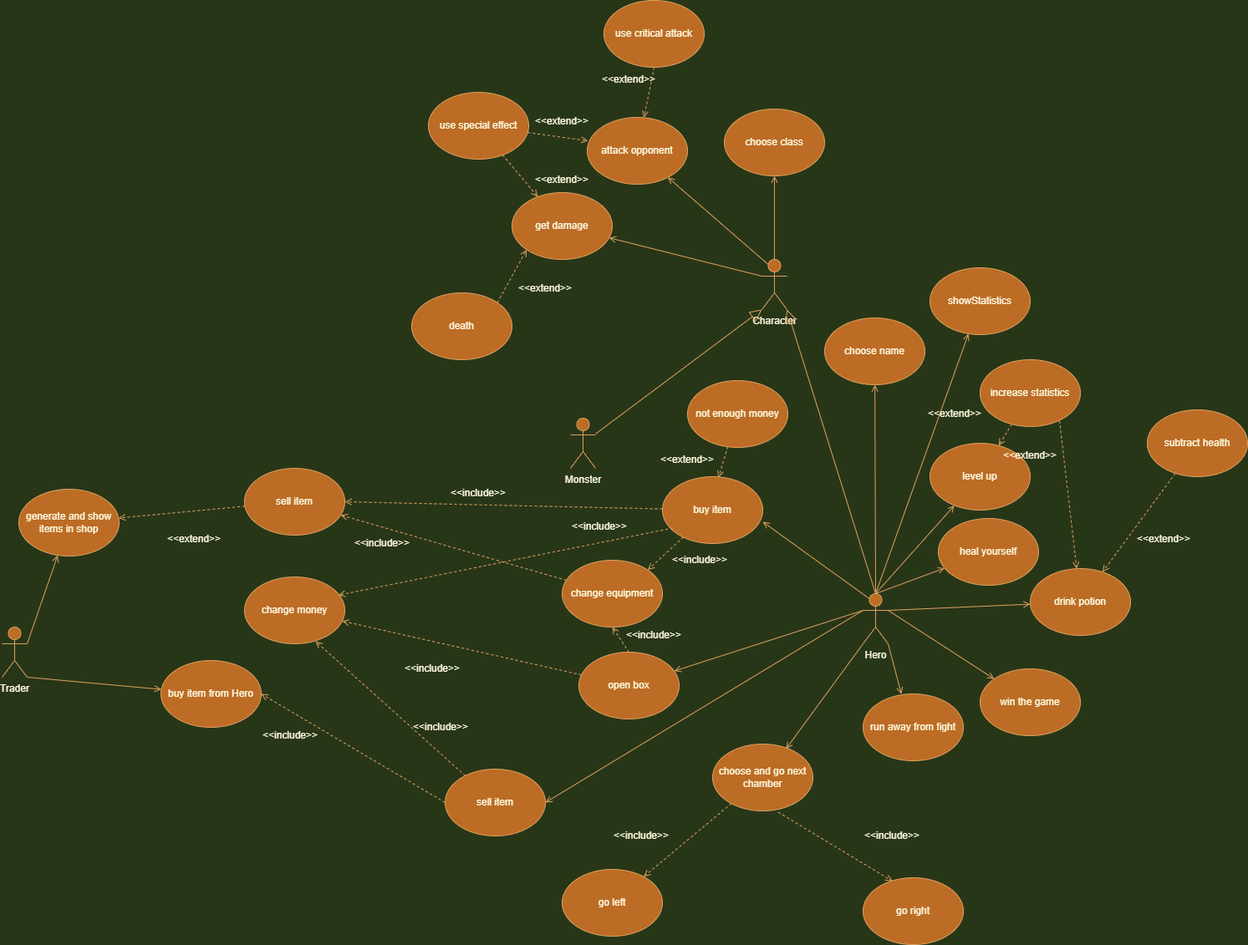
Before: userCase.png, a diagram exported from draw.io (MientusJJ/RPG-GAME-CPP). Source tidied: cells renumbered, new cells last; positions are measured from the earlier drawing's top-left corner, leaving out a move shared by most shapes.
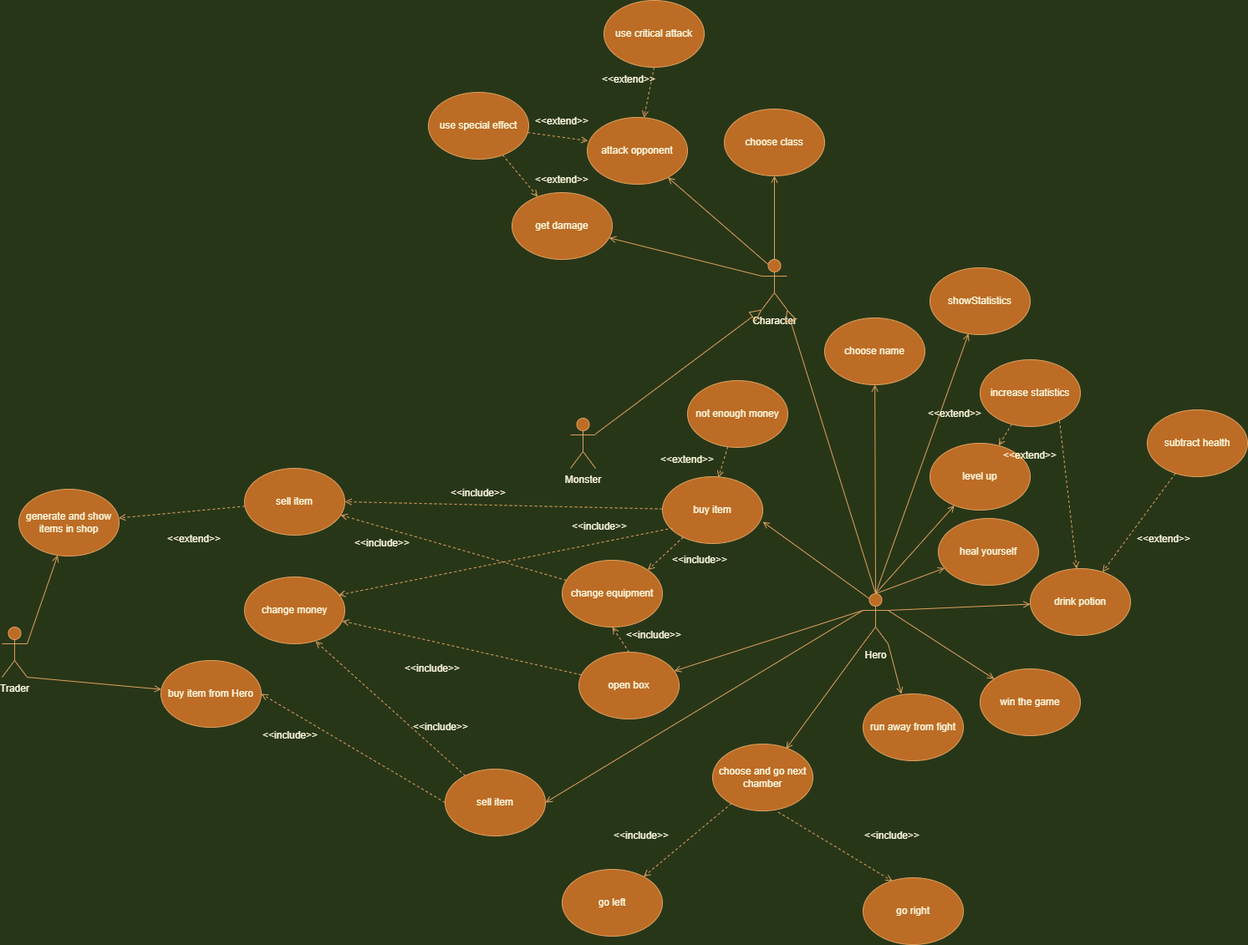
The same diagram one commit later.

What changed in the source:
```diff
@@ -65,12 +65,6 @@
     <mxCell id="22" value="&amp;lt;&amp;lt;extend&amp;gt;&amp;gt;" style="text;html=1;strokeColor=none;fillColor=none;align=center;verticalAlign=middle;whiteSpace=wrap;rounded=0;fontColor=#FEFAE0;" parent="1" vertex="1">
       <mxGeometry x="640" y="200" width="60" height="30" as="geometry" />
     </mxCell>
-    <mxCell id="23" value="death" style="ellipse;whiteSpace=wrap;html=1;fillColor=#BC6C25;strokeColor=#DDA15E;fontColor=#FEFAE0;" parent="1" vertex="1">
-      <mxGeometry x="490" y="350" width="120" height="80" as="geometry" />
-    </mxCell>
-    <mxCell id="24" style="endArrow=open;startArrow=none;html=1;rounded=0;dashed=1;startFill=0;endFill=0;entryX=0;entryY=1;entryDx=0;entryDy=0;exitX=1;exitY=0;exitDx=0;exitDy=0;strokeColor=#DDA15E;fontColor=#FEFAE0;labelBackgroundColor=#283618;" parent="1" edge="1" source="23" target="13">
-      <mxGeometry relative="1" as="geometry" />
-    </mxCell>
     <mxCell id="25" value="&amp;lt;&amp;lt;extend&amp;gt;&amp;gt;" style="text;html=1;strokeColor=none;fillColor=none;align=center;verticalAlign=middle;whiteSpace=wrap;rounded=0;fontColor=#FEFAE0;" parent="1" vertex="1">
       <mxGeometry x="1110" y="480" width="60" height="30" as="geometry" />
     </mxCell>
@@ -119,9 +113,6 @@
     <mxCell id="40" value="sell item" style="ellipse;whiteSpace=wrap;html=1;fillColor=#BC6C25;strokeColor=#DDA15E;fontColor=#FEFAE0;" parent="1" vertex="1">
       <mxGeometry x="530" y="920" width="120" height="80" as="geometry" />
     </mxCell>
-    <mxCell id="41" value="&amp;lt;&amp;lt;extend&amp;gt;&amp;gt;" style="text;html=1;strokeColor=none;fillColor=none;align=center;verticalAlign=middle;whiteSpace=wrap;rounded=0;fontColor=#FEFAE0;" parent="1" vertex="1">
-      <mxGeometry x="620" y="330" width="60" height="30" as="geometry" />
-    </mxCell>
     <mxCell id="42" style="endArrow=open;startArrow=none;html=1;rounded=0;dashed=1;startFill=0;endFill=0;entryX=1;entryY=0.5;entryDx=0;entryDy=0;exitX=0;exitY=0.5;exitDx=0;exitDy=0;strokeColor=#DDA15E;fontColor=#FEFAE0;labelBackgroundColor=#283618;" parent="1" edge="1" source="40" target="37">
       <mxGeometry relative="1" as="geometry" />
     </mxCell>
```
